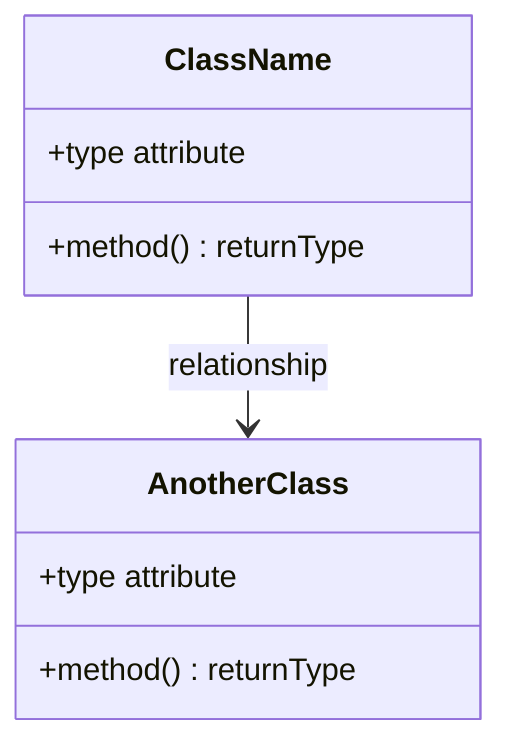
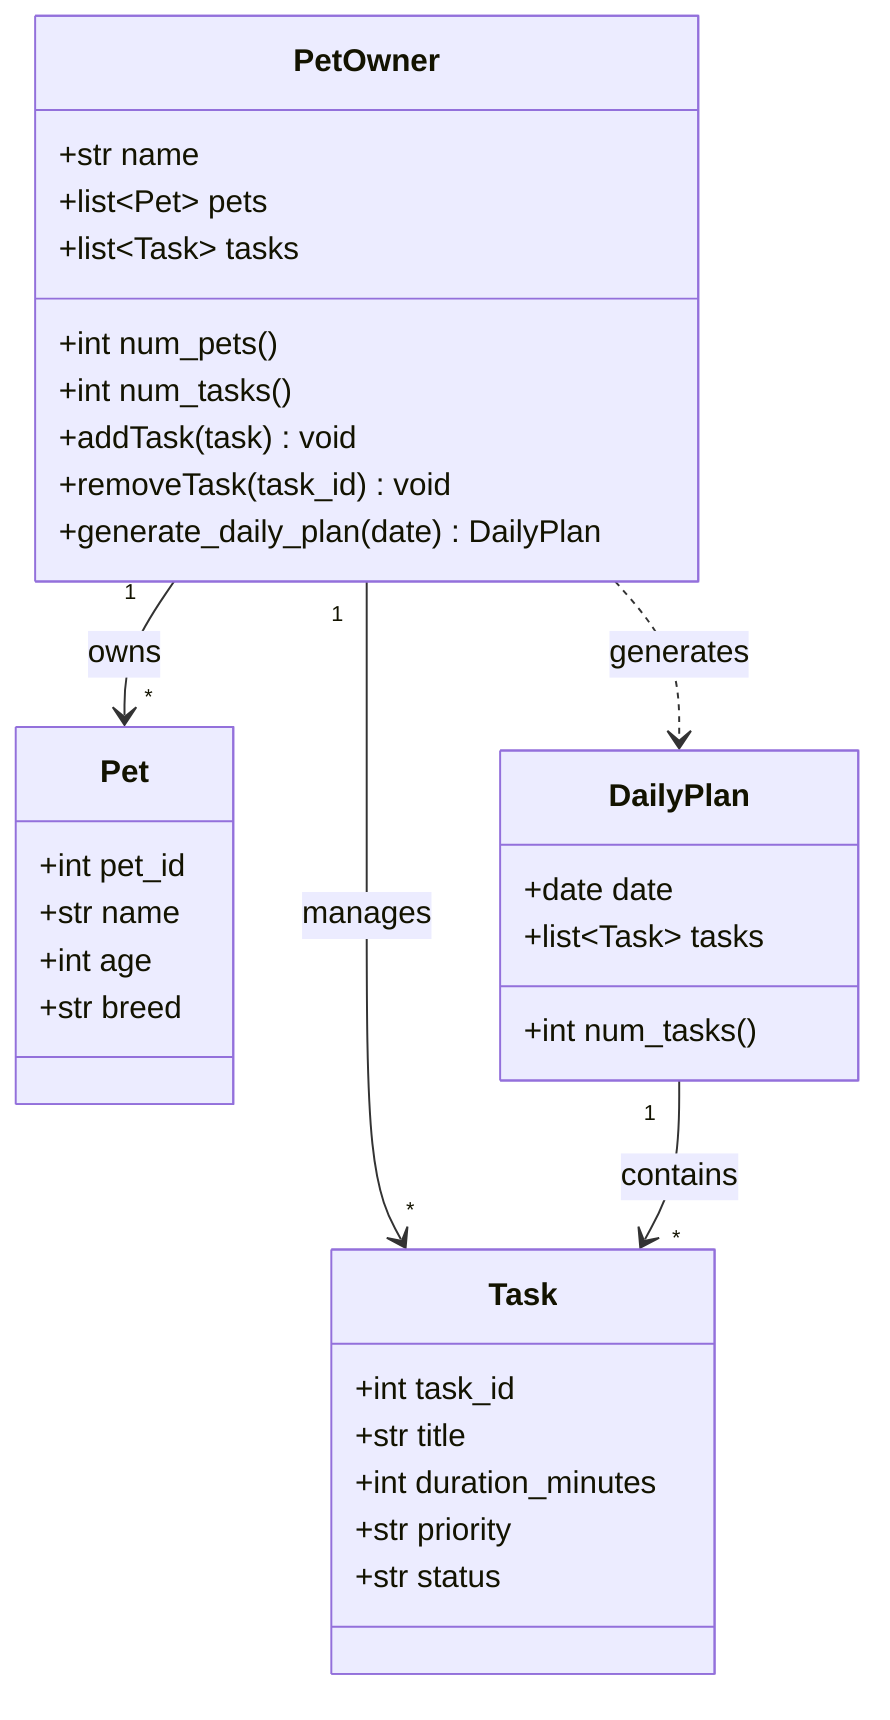
classDiagram
-     %% Replace the placeholders below with your actual classes, attributes, methods, and relationships.
+     %% PawPal+ class diagram — based on brainstormed attributes and methods.
    %% Keep this file updated so it matches your final implementation.

-     class ClassName {
-         +type attribute
-         +method() returnType
+     class PetOwner {
+         +str name
+         +list~Pet~ pets
+         +list~Task~ tasks
+         +int num_pets()
+         +int num_tasks()
+         +addTask(task) void
+         +removeTask(task_id) void
+         +generate_daily_plan(date) DailyPlan
    }

-     class AnotherClass {
-         +type attribute
-         +method() returnType
+     class Pet {
+         +int pet_id
+         +str name
+         +int age
+         +str breed
    }

-     ClassName --> AnotherClass : relationship
+     class Task {
+         +int task_id
+         +str title
+         +int duration_minutes
+         +str priority
+         +str status
+     }
+ 
+     class DailyPlan {
+         +date date
+         +list~Task~ tasks
+         +int num_tasks()
+     }
+ 
+     PetOwner "1" --> "*" Pet : owns
+     PetOwner "1" --> "*" Task : manages
+     PetOwner ..> DailyPlan : generates
+     DailyPlan "1" --> "*" Task : contains
